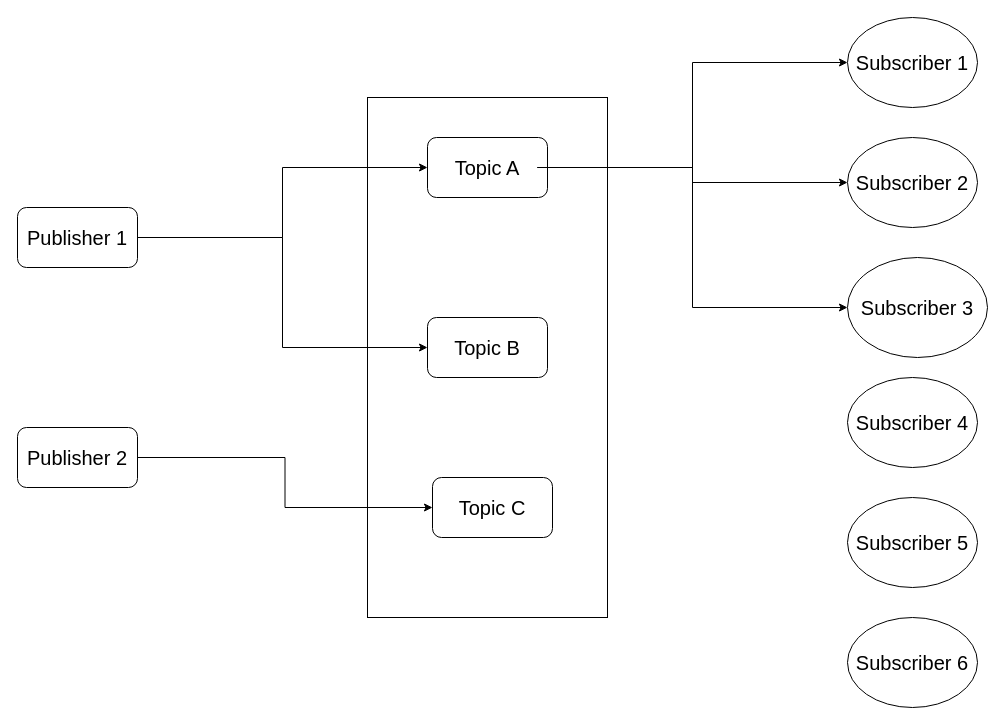
sandufurdui/Learn-Scala keeps this draw.io diagram as Untitled Diagram.drawio. Above is the earlier version. Source tidied: cells renumbered, new cells numbered last; positions are measured from the earlier drawing's top-left corner, leaving out a move shared by most shapes. Both pictures are drawn from the tidied source at 100%, with x=0, y=0 at pixel (17, 17).
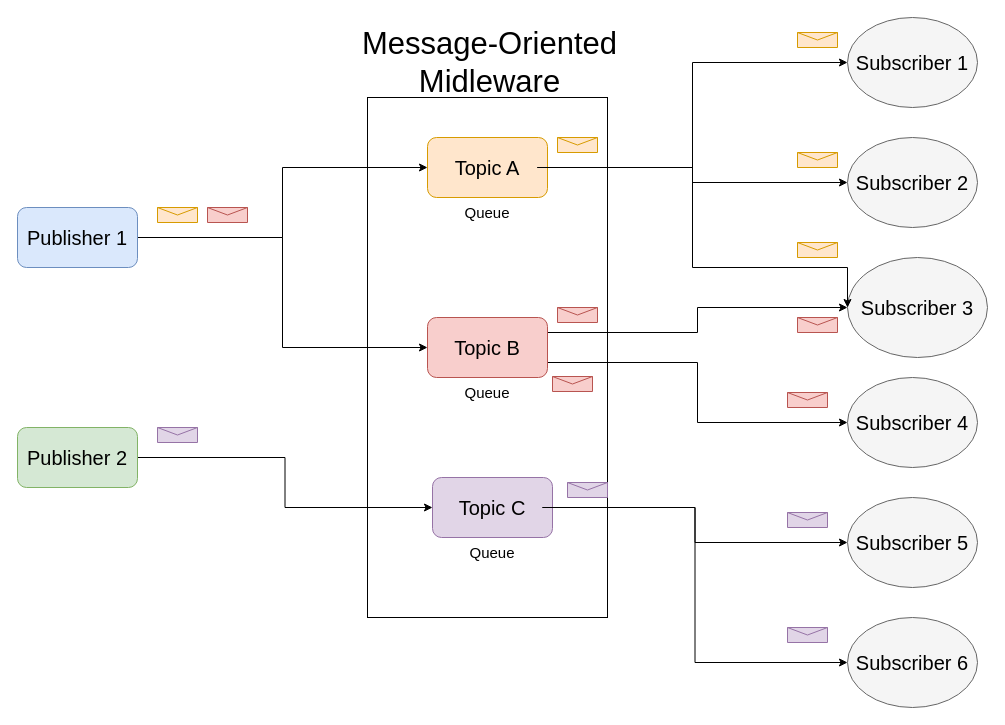
The same diagram, later.

Commit message:
finished diagram

The change refers to these unchanged cells:
```xml
<mxCell id="20" value="&lt;font style=&quot;font-size: 20px&quot;&gt;Topic A&lt;/font&gt;" style="text;html=1;strokeColor=none;fillColor=none;align=center;verticalAlign=middle;whiteSpace=wrap;rounded=0;" parent="1" vertex="1">
  <mxGeometry x="420" y="135" width="100" height="30" as="geometry" />
</mxCell>
<mxCell id="22" value="&lt;font style=&quot;font-size: 20px&quot;&gt;Topic C&lt;/font&gt;" style="text;html=1;strokeColor=none;fillColor=none;align=center;verticalAlign=middle;whiteSpace=wrap;rounded=0;" parent="1" vertex="1">
  <mxGeometry x="425" y="475" width="100" height="30" as="geometry" />
</mxCell>
```

Change to the diagram source:
```diff
@@
-    <mxCell id="4" style="rounded=1;whiteSpace=wrap;html=1;" parent="1" vertex="1">
+    <mxCell id="4" style="rounded=1;whiteSpace=wrap;html=1;fillColor=#dae8fc;strokeColor=#6c8ebf;" parent="1" vertex="1">
       <mxGeometry y="190" width="120" height="60" as="geometry" />
     </mxCell>
@@
-    <mxCell id="6" style="rounded=1;whiteSpace=wrap;html=1;" parent="1" vertex="1">
+    <mxCell id="6" style="rounded=1;whiteSpace=wrap;html=1;fillColor=#d5e8d4;strokeColor=#82b366;" parent="1" vertex="1">
       <mxGeometry y="410" width="120" height="60" as="geometry" />
     </mxCell>
@@
-    <mxCell id="8" style="ellipse;whiteSpace=wrap;html=1;fillColor=none;" parent="1" vertex="1">
+    <mxCell id="8" style="ellipse;whiteSpace=wrap;html=1;fillColor=#f5f5f5;fontColor=#333333;strokeColor=#666666;" parent="1" vertex="1">
       <mxGeometry x="830" width="130" height="90" as="geometry" />
     </mxCell>
-    <mxCell id="9" style="ellipse;whiteSpace=wrap;html=1;fillColor=none;" parent="1" vertex="1">
+    <mxCell id="9" style="ellipse;whiteSpace=wrap;html=1;fillColor=#f5f5f5;fontColor=#333333;strokeColor=#666666;" parent="1" vertex="1">
       <mxGeometry x="830" y="120" width="130" height="90" as="geometry" />
     </mxCell>
-    <mxCell id="10" style="ellipse;whiteSpace=wrap;html=1;fillColor=none;" parent="1" vertex="1">
+    <mxCell id="10" style="ellipse;whiteSpace=wrap;html=1;fillColor=#f5f5f5;fontColor=#333333;strokeColor=#666666;" parent="1" vertex="1">
       <mxGeometry x="830" y="240" width="140" height="100" as="geometry" />
     </mxCell>
-    <mxCell id="11" style="ellipse;whiteSpace=wrap;html=1;fillColor=none;" parent="1" vertex="1">
+    <mxCell id="11" style="ellipse;whiteSpace=wrap;html=1;fillColor=#f5f5f5;fontColor=#333333;strokeColor=#666666;" parent="1" vertex="1">
       <mxGeometry x="830" y="360" width="130" height="90" as="geometry" />
     </mxCell>
-    <mxCell id="12" style="ellipse;whiteSpace=wrap;html=1;fillColor=none;" parent="1" vertex="1">
+    <mxCell id="12" style="ellipse;whiteSpace=wrap;html=1;fillColor=#f5f5f5;fontColor=#333333;strokeColor=#666666;" parent="1" vertex="1">
       <mxGeometry x="830" y="480" width="130" height="90" as="geometry" />
     </mxCell>
-    <mxCell id="13" style="ellipse;whiteSpace=wrap;html=1;fillColor=none;" parent="1" vertex="1">
+    <mxCell id="13" style="ellipse;whiteSpace=wrap;html=1;fillColor=#f5f5f5;fontColor=#333333;strokeColor=#666666;" parent="1" vertex="1">
       <mxGeometry x="830" y="600" width="130" height="90" as="geometry" />
     </mxCell>
-    <mxCell id="14" style="rounded=1;whiteSpace=wrap;html=1;fillColor=none;" parent="1" vertex="1">
+    <mxCell id="14" style="rounded=1;whiteSpace=wrap;html=1;fillColor=#ffe6cc;strokeColor=#d79b00;" parent="1" vertex="1">
       <mxGeometry x="410" y="120" width="120" height="60" as="geometry" />
     </mxCell>
+    <mxCell id="31" style="edgeStyle=orthogonalEdgeStyle;rounded=0;jettySize=auto;html=1;exitX=1;exitY=0.75;exitDx=0;exitDy=0;entryX=0;entryY=0.5;entryDx=0;entryDy=0;fontSize=31;" parent="1" edge="1" source="15" target="11">
+      <mxGeometry relative="1" as="geometry" />
+    </mxCell>
+    <mxCell id="32" style="edgeStyle=orthogonalEdgeStyle;rounded=0;jettySize=auto;html=1;exitX=1;exitY=0.25;exitDx=0;exitDy=0;entryX=0;entryY=0.5;entryDx=0;entryDy=0;fontSize=31;" parent="1" edge="1" source="15" target="10">
+      <mxGeometry relative="1" as="geometry" />
+    </mxCell>
-    <mxCell id="15" style="rounded=1;whiteSpace=wrap;html=1;fillColor=none;" parent="1" vertex="1">
+    <mxCell id="15" style="rounded=1;whiteSpace=wrap;html=1;fillColor=#f8cecc;strokeColor=#b85450;" parent="1" vertex="1">
       <mxGeometry x="410" y="300" width="120" height="60" as="geometry" />
     </mxCell>
-    <mxCell id="16" style="rounded=1;whiteSpace=wrap;html=1;fillColor=none;" parent="1" vertex="1">
+    <mxCell id="16" style="rounded=1;whiteSpace=wrap;html=1;fillColor=#e1d5e7;strokeColor=#9673a6;" parent="1" vertex="1">
       <mxGeometry x="415" y="460" width="120" height="60" as="geometry" />
     </mxCell>
@@
     <mxCell id="19" style="edgeStyle=orthogonalEdgeStyle;rounded=0;jettySize=auto;html=1;exitX=1;exitY=0.5;exitDx=0;exitDy=0;entryX=0;entryY=0.5;entryDx=0;entryDy=0;fontSize=20;" parent="1" edge="1" source="20" target="10">
-      <mxGeometry relative="1" as="geometry" />
+      <mxGeometry relative="1" as="geometry">
+        <Array as="points">
+          <mxPoint x="675" y="150" />
+          <mxPoint x="675" y="250" />
+          <mxPoint x="830" y="250" />
+        </Array>
+      </mxGeometry>
     </mxCell>
@@
+    <mxCell id="33" style="edgeStyle=orthogonalEdgeStyle;rounded=0;jettySize=auto;html=1;exitX=1;exitY=0.5;exitDx=0;exitDy=0;entryX=0;entryY=0.5;entryDx=0;entryDy=0;fontSize=31;" parent="1" edge="1" source="22" target="13">
+      <mxGeometry relative="1" as="geometry" />
+    </mxCell>
+    <mxCell id="34" style="edgeStyle=orthogonalEdgeStyle;rounded=0;jettySize=auto;html=1;exitX=1;exitY=0.5;exitDx=0;exitDy=0;entryX=0;entryY=0.5;entryDx=0;entryDy=0;fontSize=31;" parent="1" edge="1" source="22" target="12">
+      <mxGeometry relative="1" as="geometry" />
+    </mxCell>
@@
+    <mxCell id="35" value="Queue" style="text;html=1;strokeColor=none;fillColor=none;align=center;verticalAlign=middle;whiteSpace=wrap;rounded=0;fontSize=15;" parent="1" vertex="1">
+      <mxGeometry x="440" y="180" width="60" height="30" as="geometry" />
+    </mxCell>
+    <mxCell id="36" value="Queue" style="text;html=1;strokeColor=none;fillColor=none;align=center;verticalAlign=middle;whiteSpace=wrap;rounded=0;fontSize=15;" parent="1" vertex="1">
+      <mxGeometry x="440" y="360" width="60" height="30" as="geometry" />
+    </mxCell>
+    <mxCell id="37" value="Queue" style="text;html=1;strokeColor=none;fillColor=none;align=center;verticalAlign=middle;whiteSpace=wrap;rounded=0;fontSize=15;" parent="1" vertex="1">
+      <mxGeometry x="445" y="520" width="60" height="30" as="geometry" />
+    </mxCell>
+    <mxCell id="38" value="&lt;span style=&quot;font-size: 31px;&quot;&gt;Message-Oriented Midleware&lt;/span&gt;" style="text;html=1;strokeColor=none;fillColor=none;align=center;verticalAlign=middle;whiteSpace=wrap;rounded=0;fontSize=31;" parent="1" vertex="1">
+      <mxGeometry x="335" y="10" width="275" height="70" as="geometry" />
+    </mxCell>
+    <mxCell id="39" style="shape=message;html=1;whiteSpace=wrap;html=1;fontSize=31;fillColor=#ffe6cc;strokeColor=#d79b00;" parent="1" vertex="1">
+      <mxGeometry x="140" y="190" width="40" height="15" as="geometry" />
+    </mxCell>
+    <mxCell id="40" style="shape=message;html=1;whiteSpace=wrap;html=1;fontSize=31;fillColor=#e1d5e7;strokeColor=#9673a6;" parent="1" vertex="1">
+      <mxGeometry x="140" y="410" width="40" height="15" as="geometry" />
+    </mxCell>
+    <mxCell id="41" style="shape=message;html=1;whiteSpace=wrap;html=1;fontSize=31;fillColor=#e1d5e7;strokeColor=#9673a6;" parent="1" vertex="1">
+      <mxGeometry x="550" y="465" width="40" height="15" as="geometry" />
+    </mxCell>
+    <mxCell id="42" style="shape=message;html=1;whiteSpace=wrap;html=1;fontSize=31;fillColor=#e1d5e7;strokeColor=#9673a6;" parent="1" vertex="1">
+      <mxGeometry x="770" y="495" width="40" height="15" as="geometry" />
+    </mxCell>
+    <mxCell id="43" style="shape=message;html=1;whiteSpace=wrap;html=1;fontSize=31;fillColor=#e1d5e7;strokeColor=#9673a6;" parent="1" vertex="1">
+      <mxGeometry x="770" y="610" width="40" height="15" as="geometry" />
+    </mxCell>
+    <mxCell id="44" style="shape=message;html=1;whiteSpace=wrap;html=1;fontSize=31;fillColor=#f8cecc;strokeColor=#b85450;" parent="1" vertex="1">
+      <mxGeometry x="770" y="375" width="40" height="15" as="geometry" />
+    </mxCell>
+    <mxCell id="45" style="shape=message;html=1;whiteSpace=wrap;html=1;fontSize=31;fillColor=#ffe6cc;strokeColor=#d79b00;" parent="1" vertex="1">
+      <mxGeometry x="780" y="225" width="40" height="15" as="geometry" />
+    </mxCell>
+    <mxCell id="46" style="shape=message;html=1;whiteSpace=wrap;html=1;fontSize=31;fillColor=#ffe6cc;strokeColor=#d79b00;" parent="1" vertex="1">
+      <mxGeometry x="780" y="135" width="40" height="15" as="geometry" />
+    </mxCell>
+    <mxCell id="47" style="shape=message;html=1;whiteSpace=wrap;html=1;fontSize=31;fillColor=#ffe6cc;strokeColor=#d79b00;" parent="1" vertex="1">
+      <mxGeometry x="780" y="15" width="40" height="15" as="geometry" />
+    </mxCell>
+    <mxCell id="48" style="shape=message;html=1;whiteSpace=wrap;html=1;fontSize=31;fillColor=#ffe6cc;strokeColor=#d79b00;" parent="1" vertex="1">
+      <mxGeometry x="540" y="120" width="40" height="15" as="geometry" />
+    </mxCell>
+    <mxCell id="49" style="shape=message;html=1;whiteSpace=wrap;html=1;fontSize=31;fillColor=#f8cecc;strokeColor=#b85450;" parent="1" vertex="1">
+      <mxGeometry x="540" y="290" width="40" height="15" as="geometry" />
+    </mxCell>
+    <mxCell id="50" style="shape=message;html=1;whiteSpace=wrap;html=1;fontSize=31;fillColor=#f8cecc;strokeColor=#b85450;" parent="1" vertex="1">
+      <mxGeometry x="535" y="359" width="40" height="15" as="geometry" />
+    </mxCell>
+    <mxCell id="51" style="shape=message;html=1;whiteSpace=wrap;html=1;fontSize=31;fillColor=#f8cecc;strokeColor=#b85450;" parent="1" vertex="1">
+      <mxGeometry x="190" y="190" width="40" height="15" as="geometry" />
+    </mxCell>
+    <mxCell id="52" style="shape=message;html=1;whiteSpace=wrap;html=1;fontSize=31;fillColor=#f8cecc;strokeColor=#b85450;" parent="1" vertex="1">
+      <mxGeometry x="780" y="300" width="40" height="15" as="geometry" />
+    </mxCell>
```
